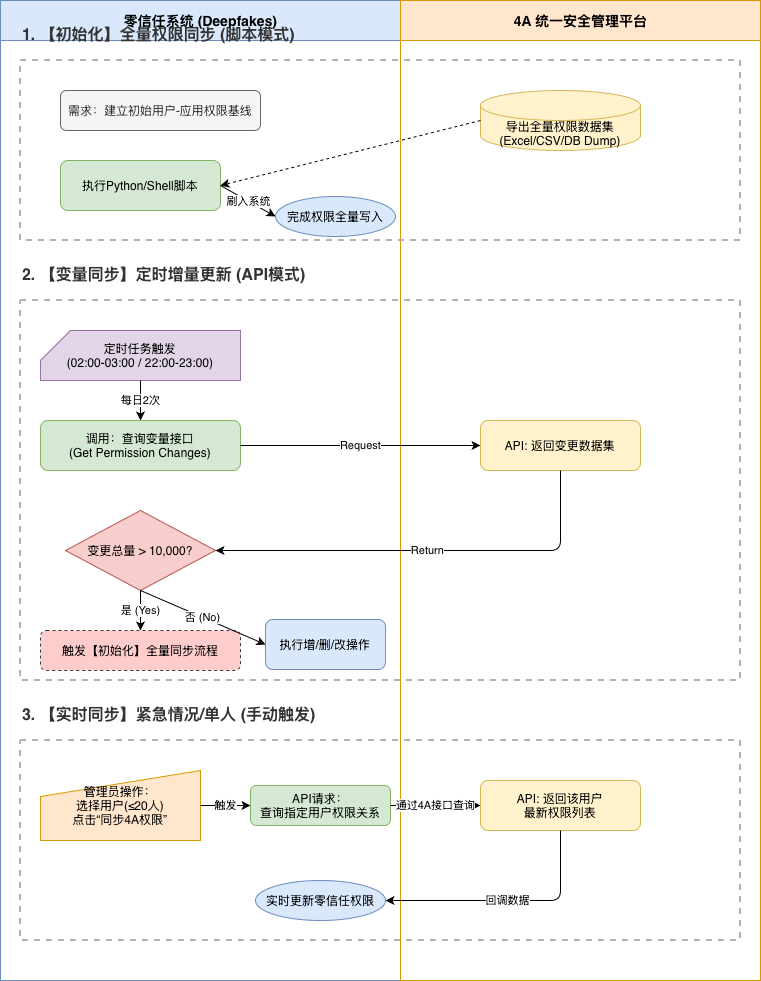
Before: 零信任-4A权限对接结构图.png, a diagram exported from draw.io (skillre/diagrams_P). Source tidied: cells renumbered, new cells last; positions are measured from the earlier drawing's top-left corner, leaving out a move shared by most shapes. The source it was exported from:
```xml
<mxGraphModel>
  <root>
    <mxCell id="0" />
    <mxCell id="1" parent="0" />
    <mxCell id="2" value="零信任系统 (Deepfakes)" style="swimlane;html=1;horizontal=1;startSize=40;fillColor=#dae8fc;strokeColor=#6c8ebf;fontStyle=1;fontSize=14;" parent="1" vertex="1">
      <mxGeometry width="400" height="980" as="geometry" />
    </mxCell>
    <mxCell id="3" value="4A 统一安全管理平台" style="swimlane;html=1;horizontal=1;startSize=40;fillColor=#ffe6cc;strokeColor=#d79b00;fontStyle=1;fontSize=14;" parent="1" vertex="1">
      <mxGeometry x="400" width="360" height="980" as="geometry" />
    </mxCell>
    <mxCell id="4" style="rounded=0;whiteSpace=wrap;html=1;fillColor=none;strokeColor=#B3B3B3;strokeWidth=2;dashed=1;" parent="1" vertex="1">
      <mxGeometry x="20" y="60" width="720" height="180" as="geometry" />
    </mxCell>
    <mxCell id="5" value="1. 【初始化】全量权限同步 (脚本模式)" style="text;html=1;strokeColor=none;fillColor=none;align=left;verticalAlign=middle;whiteSpace=wrap;rounded=0;fontStyle=1;fontSize=16;fontColor=#333333;" parent="1" vertex="1">
      <mxGeometry x="20" y="20" width="400" height="30" as="geometry" />
    </mxCell>
    <mxCell id="6" value="需求：建立初始用户-应用权限基线" style="rounded=1;whiteSpace=wrap;html=1;fillColor=#f5f5f5;strokeColor=#666666;fontColor=#333333;" parent="1" vertex="1">
      <mxGeometry x="60" y="90" width="200" height="40" as="geometry" />
    </mxCell>
    <mxCell id="7" value="执行Python/Shell脚本" style="rounded=1;whiteSpace=wrap;html=1;fillColor=#d5e8d4;strokeColor=#82b366;" parent="1" vertex="1">
      <mxGeometry x="60" y="160" width="160" height="50" as="geometry" />
    </mxCell>
    <mxCell id="8" value="导出全量权限数据集&#10;(Excel/CSV/DB Dump)" style="shape=cylinder3;whiteSpace=wrap;html=1;boundedLbl=1;backgroundOutline=1;size=15;fillColor=#fff2cc;strokeColor=#d6b656;" parent="1" vertex="1">
      <mxGeometry x="480" y="90" width="160" height="60" as="geometry" />
    </mxCell>
    <mxCell id="9" value="完成权限全量写入" style="ellipse;whiteSpace=wrap;html=1;fillColor=#dae8fc;strokeColor=#6c8ebf;" parent="1" vertex="1">
      <mxGeometry x="275" y="196" width="120" height="40" as="geometry" />
    </mxCell>
    <mxCell id="10" style="endArrow=classic;html=1;exitX=0;exitY=0.5;exitDx=0;exitDy=0;exitPerimeter=0;entryX=1;entryY=0.5;entryDx=0;entryDy=0;dashed=1;" parent="1" edge="1" source="8" target="7">
      <mxGeometry relative="1" as="geometry" />
    </mxCell>
    <mxCell id="11" value="刷入系统" style="endArrow=classic;html=1;exitX=1;exitY=0.5;exitDx=0;exitDy=0;entryX=0;entryY=0.5;entryDx=0;entryDy=0;" parent="1" edge="1" source="7" target="9">
      <mxGeometry relative="1" as="geometry" />
    </mxCell>
    <mxCell id="12" value="2. 【变量同步】定时增量更新 (API模式)" style="text;html=1;strokeColor=none;fillColor=none;align=left;verticalAlign=middle;whiteSpace=wrap;rounded=0;fontStyle=1;fontSize=16;fontColor=#333333;" parent="1" vertex="1">
      <mxGeometry x="20" y="260" width="400" height="30" as="geometry" />
    </mxCell>
    <mxCell id="13" style="rounded=0;whiteSpace=wrap;html=1;fillColor=none;strokeColor=#B3B3B3;strokeWidth=2;dashed=1;" parent="1" vertex="1">
      <mxGeometry x="20" y="300" width="720" height="380" as="geometry" />
    </mxCell>
    <mxCell id="14" value="定时任务触发&#10;(02:00-03:00 / 22:00-23:00)" style="shape=card;whiteSpace=wrap;html=1;fillColor=#e1d5e7;strokeColor=#9673a6;" parent="1" vertex="1">
      <mxGeometry x="40" y="330" width="200" height="50" as="geometry" />
    </mxCell>
    <mxCell id="15" value="调用：查询变量接口&#10;(Get Permission Changes)" style="rounded=1;whiteSpace=wrap;html=1;fillColor=#d5e8d4;strokeColor=#82b366;" parent="1" vertex="1">
      <mxGeometry x="40" y="420" width="200" height="50" as="geometry" />
    </mxCell>
    <mxCell id="16" value="API: 返回变更数据集" style="rounded=1;whiteSpace=wrap;html=1;fillColor=#fff2cc;strokeColor=#d6b656;" parent="1" vertex="1">
      <mxGeometry x="480" y="420" width="160" height="50" as="geometry" />
    </mxCell>
    <mxCell id="17" value="变更总量 &gt; 10,000?" style="rhombus;whiteSpace=wrap;html=1;fillColor=#f8cecc;strokeColor=#b85450;" parent="1" vertex="1">
      <mxGeometry x="65" y="510" width="150" height="80" as="geometry" />
    </mxCell>
    <mxCell id="18" value="执行增/删/改操作" style="rounded=1;whiteSpace=wrap;html=1;fillColor=#dae8fc;strokeColor=#6c8ebf;" parent="1" vertex="1">
      <mxGeometry x="265" y="619" width="120" height="50" as="geometry" />
    </mxCell>
    <mxCell id="19" value="触发【初始化】全量同步流程" style="rounded=1;whiteSpace=wrap;html=1;fillColor=#ffcccc;strokeColor=#36393d;dashed=1;" parent="1" vertex="1">
      <mxGeometry x="40" y="630" width="200" height="40" as="geometry" />
    </mxCell>
    <mxCell id="20" value="每日2次" style="endArrow=classic;html=1;exitX=0.5;exitY=1;exitDx=0;exitDy=0;exitPerimeter=0;entryX=0.5;entryY=0;entryDx=0;entryDy=0;" parent="1" edge="1" source="14" target="15">
      <mxGeometry relative="1" as="geometry" />
    </mxCell>
    <mxCell id="21" value="Request" style="endArrow=classic;html=1;exitX=1;exitY=0.5;exitDx=0;exitDy=0;entryX=0;entryY=0.5;entryDx=0;entryDy=0;" parent="1" edge="1" source="15" target="16">
      <mxGeometry relative="1" as="geometry" />
    </mxCell>
    <mxCell id="22" value="Return" style="endArrow=classic;html=1;exitX=0.5;exitY=1;exitDx=0;exitDy=0;entryX=1;entryY=0.5;entryDx=0;entryDy=0;rounded=1;" parent="1" edge="1" source="16" target="17">
      <mxGeometry relative="1" as="geometry">
        <Array as="points">
          <mxPoint x="560" y="550" />
        </Array>
      </mxGeometry>
    </mxCell>
    <mxCell id="23" value="否 (No)" style="endArrow=classic;html=1;exitX=0.5;exitY=1;exitDx=0;exitDy=0;entryX=0;entryY=0.5;entryDx=0;entryDy=0;" parent="1" edge="1" source="17" target="18">
      <mxGeometry relative="1" as="geometry" />
    </mxCell>
    <mxCell id="24" value="是 (Yes)" style="endArrow=classic;html=1;exitX=0.5;exitY=1;exitDx=0;exitDy=0;entryX=0.5;entryY=0;entryDx=0;entryDy=0;" parent="1" edge="1" source="17" target="19">
      <mxGeometry relative="1" as="geometry" />
    </mxCell>
    <mxCell id="25" value="3. 【实时同步】紧急情况/单人 (手动触发)" style="text;html=1;strokeColor=none;fillColor=none;align=left;verticalAlign=middle;whiteSpace=wrap;rounded=0;fontStyle=1;fontSize=16;fontColor=#333333;" parent="1" vertex="1">
      <mxGeometry x="20" y="700" width="400" height="30" as="geometry" />
    </mxCell>
    <mxCell id="26" style="rounded=0;whiteSpace=wrap;html=1;fillColor=none;strokeColor=#B3B3B3;strokeWidth=2;dashed=1;" parent="1" vertex="1">
      <mxGeometry x="20" y="740" width="720" height="200" as="geometry" />
    </mxCell>
    <mxCell id="27" value="管理员操作：&#10;选择用户(≤20人)&#10;点击“同步4A权限”" style="shape=manualInput;whiteSpace=wrap;html=1;size=26;fillColor=#ffe6cc;strokeColor=#d79b00;" parent="1" vertex="1">
      <mxGeometry x="40" y="770" width="160" height="70" as="geometry" />
    </mxCell>
    <mxCell id="28" value="API请求：&#10;查询指定用户权限关系" style="rounded=1;whiteSpace=wrap;html=1;fillColor=#d5e8d4;strokeColor=#82b366;" parent="1" vertex="1">
      <mxGeometry x="250" y="785" width="140" height="40" as="geometry" />
    </mxCell>
    <mxCell id="29" value="API: 返回该用户&#10;最新权限列表" style="rounded=1;whiteSpace=wrap;html=1;fillColor=#fff2cc;strokeColor=#d6b656;" parent="1" vertex="1">
      <mxGeometry x="480" y="780" width="160" height="50" as="geometry" />
    </mxCell>
    <mxCell id="30" value="实时更新零信任权限" style="ellipse;whiteSpace=wrap;html=1;fillColor=#dae8fc;strokeColor=#6c8ebf;" parent="1" vertex="1">
      <mxGeometry x="255" y="880" width="130" height="40" as="geometry" />
    </mxCell>
    <mxCell id="31" value="触发" style="endArrow=classic;html=1;exitX=1;exitY=0.5;exitDx=0;exitDy=0;entryX=0;entryY=0.5;entryDx=0;entryDy=0;" parent="1" edge="1" source="27" target="28">
      <mxGeometry relative="1" as="geometry" />
    </mxCell>
    <mxCell id="32" value="通过4A接口查询" style="endArrow=classic;html=1;exitX=1;exitY=0.5;exitDx=0;exitDy=0;entryX=0;entryY=0.5;entryDx=0;entryDy=0;" parent="1" edge="1" source="28" target="29">
      <mxGeometry relative="1" as="geometry" />
    </mxCell>
    <mxCell id="33" value="回调数据" style="endArrow=classic;html=1;exitX=0.5;exitY=1;exitDx=0;exitDy=0;entryX=1;entryY=0.5;entryDx=0;entryDy=0;rounded=1;" parent="1" edge="1" source="29" target="30">
      <mxGeometry relative="1" as="geometry">
        <Array as="points">
          <mxPoint x="560" y="900" />
        </Array>
      </mxGeometry>
    </mxCell>
  </root>
</mxGraphModel>
```
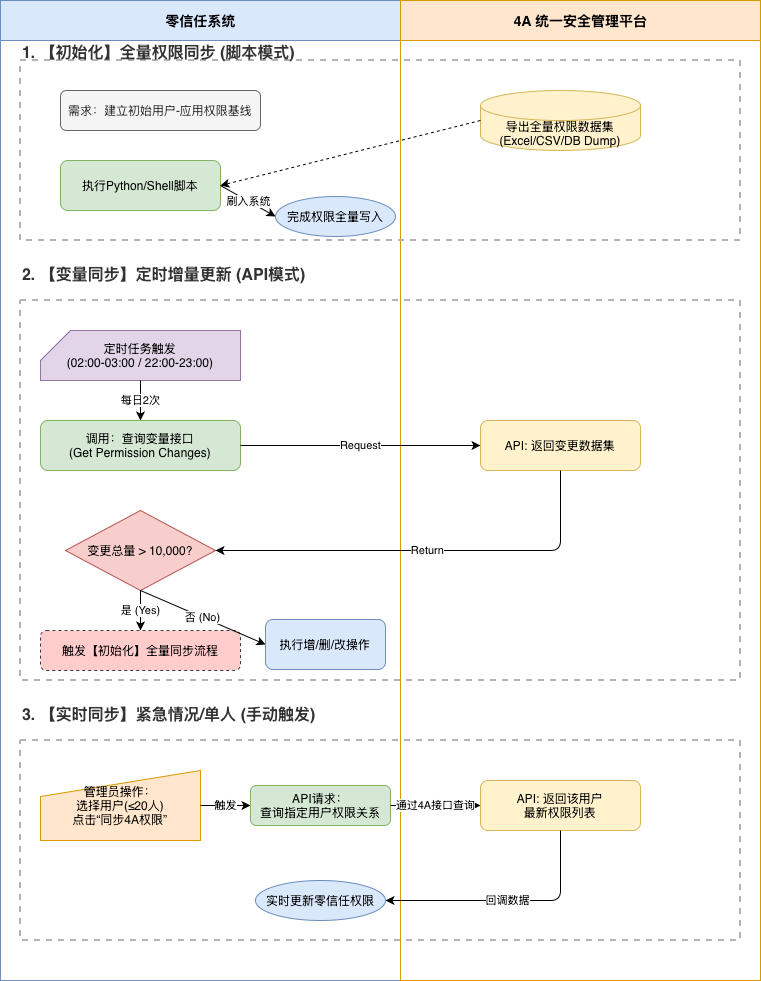
The same file after the commit.

Commit message:
更新零信任-4A权限对接结构图.png

What changed in the source:
```diff
@@ -2,7 +2,7 @@
   <root>
     <mxCell id="0" />
     <mxCell id="1" parent="0" />
-    <mxCell id="2" value="零信任系统 (Deepfakes)" style="swimlane;html=1;horizontal=1;startSize=40;fillColor=#dae8fc;strokeColor=#6c8ebf;fontStyle=1;fontSize=14;" parent="1" vertex="1">
+    <mxCell id="2" value="零信任系统" style="swimlane;html=1;horizontal=1;startSize=40;fillColor=#dae8fc;strokeColor=#6c8ebf;fontStyle=1;fontSize=14;" parent="1" vertex="1">
       <mxGeometry width="400" height="980" as="geometry" />
     </mxCell>
     <mxCell id="3" value="4A 统一安全管理平台" style="swimlane;html=1;horizontal=1;startSize=40;fillColor=#ffe6cc;strokeColor=#d79b00;fontStyle=1;fontSize=14;" parent="1" vertex="1">
@@ -12,7 +12,7 @@
       <mxGeometry x="20" y="60" width="720" height="180" as="geometry" />
     </mxCell>
     <mxCell id="5" value="1. 【初始化】全量权限同步 (脚本模式)" style="text;html=1;strokeColor=none;fillColor=none;align=left;verticalAlign=middle;whiteSpace=wrap;rounded=0;fontStyle=1;fontSize=16;fontColor=#333333;" parent="1" vertex="1">
-      <mxGeometry x="20" y="20" width="400" height="30" as="geometry" />
+      <mxGeometry x="20" y="38" width="400" height="30" as="geometry" />
     </mxCell>
     <mxCell id="6" value="需求：建立初始用户-应用权限基线" style="rounded=1;whiteSpace=wrap;html=1;fillColor=#f5f5f5;strokeColor=#666666;fontColor=#333333;" parent="1" vertex="1">
       <mxGeometry x="60" y="90" width="200" height="40" as="geometry" />
```
